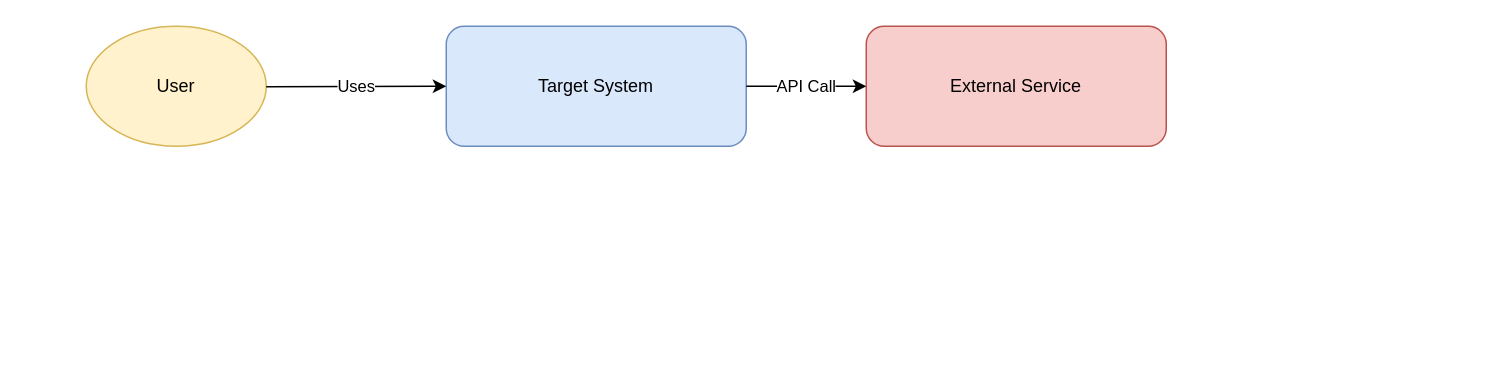
DJahvoe/project-docs-template keeps this draw.io diagram as docs/01_requirements/system_context.drawio. Above is the earlier version. Source tidied: cells renumbered, new cells numbered last; positions are measured from the earlier drawing's top-left corner, leaving out a move shared by most shapes. Both pictures are drawn from the tidied source at 150%, with x=0, y=0 at pixel (86, 26).
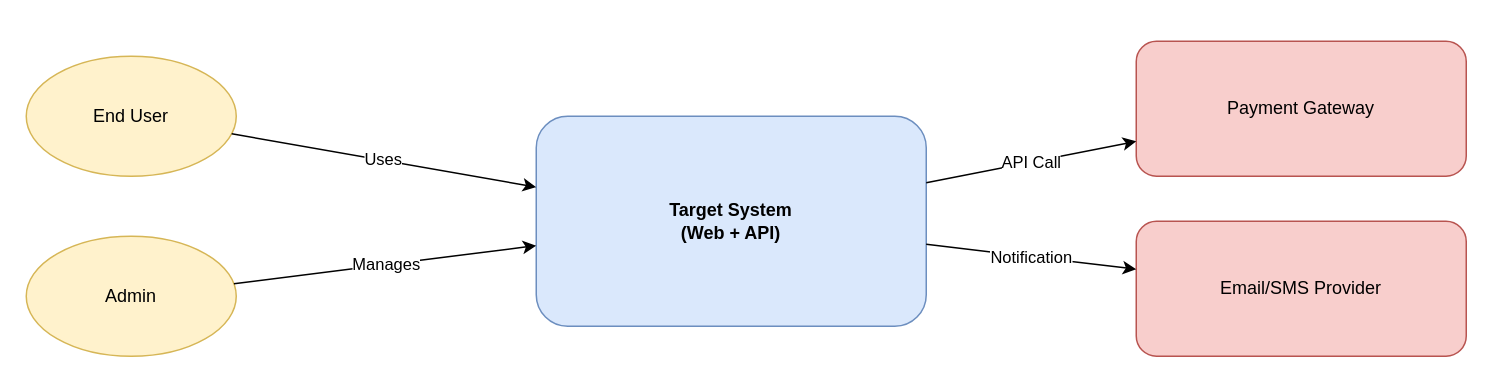
Above is the later version.

The edit, as a diff of the source:
```diff
@@
 <mxGraphModel>
   <root>
     <mxCell id="0" />
     <mxCell id="1" parent="0" />
-    <mxCell id="2" value="Target System" style="rounded=1;whiteSpace=wrap;html=1;fillColor=#dae8fc;strokeColor=#6c8ebf;" parent="1" vertex="1">
-      <mxGeometry x="240" width="200" height="80" as="geometry" />
-    </mxCell>
-    <mxCell id="3" value="User" style="ellipse;whiteSpace=wrap;html=1;fillColor=#fff2cc;strokeColor=#d6b656;" parent="1" vertex="1">
-      <mxGeometry width="120" height="80" as="geometry" />
-    </mxCell>
-    <mxCell id="4" value="External Service" style="rounded=1;whiteSpace=wrap;html=1;fillColor=#f8cecc;strokeColor=#b85450;" parent="1" vertex="1">
-      <mxGeometry x="520" width="200" height="80" as="geometry" />
-    </mxCell>
+    <mxCell id="7" value="End User" style="ellipse;whiteSpace=wrap;html=1;fillColor=#fff2cc;strokeColor=#d6b656;" parent="1" vertex="1">
+      <mxGeometry x="-40" y="20" width="140" height="80" as="geometry" />
+    </mxCell>
+    <mxCell id="8" value="Admin" style="ellipse;whiteSpace=wrap;html=1;fillColor=#fff2cc;strokeColor=#d6b656;" parent="1" vertex="1">
+      <mxGeometry x="-40" y="140" width="140" height="80" as="geometry" />
+    </mxCell>
+    <mxCell id="9" value="Target System&#10;(Web + API)" style="rounded=1;whiteSpace=wrap;html=1;fillColor=#dae8fc;strokeColor=#6c8ebf;fontStyle=1;" parent="1" vertex="1">
+      <mxGeometry x="300" y="60" width="260" height="140" as="geometry" />
+    </mxCell>
+    <mxCell id="10" value="Payment Gateway" style="rounded=1;whiteSpace=wrap;html=1;fillColor=#f8cecc;strokeColor=#b85450;" parent="1" vertex="1">
+      <mxGeometry x="700" y="10" width="220" height="90" as="geometry" />
+    </mxCell>
+    <mxCell id="11" value="Email/SMS Provider" style="rounded=1;whiteSpace=wrap;html=1;fillColor=#f8cecc;strokeColor=#b85450;" parent="1" vertex="1">
+      <mxGeometry x="700" y="130" width="220" height="90" as="geometry" />
+    </mxCell>
-    <mxCell id="5" value="Uses" style="endArrow=classic;html=1;" parent="1" edge="1" source="3" target="2">
+    <mxCell id="5" value="Uses" style="endArrow=classic;html=1;rounded=0;" parent="1" edge="1" source="7" target="9">
       <mxGeometry relative="1" as="geometry" />
     </mxCell>
-    <mxCell id="6" value="API Call" style="endArrow=classic;html=1;" parent="1" edge="1" source="2" target="4">
+    <mxCell id="6" value="Manages" style="endArrow=classic;html=1;rounded=0;" parent="1" edge="1" source="8" target="9">
       <mxGeometry relative="1" as="geometry" />
     </mxCell>
+    <mxCell id="12" value="API Call" style="endArrow=classic;html=1;rounded=0;" parent="1" edge="1" source="9" target="10">
+      <mxGeometry relative="1" as="geometry" />
+    </mxCell>
+    <mxCell id="13" value="Notification" style="endArrow=classic;html=1;rounded=0;" parent="1" edge="1" source="9" target="11">
+      <mxGeometry relative="1" as="geometry" />
+    </mxCell>
   </root>
 </mxGraphModel>
```
